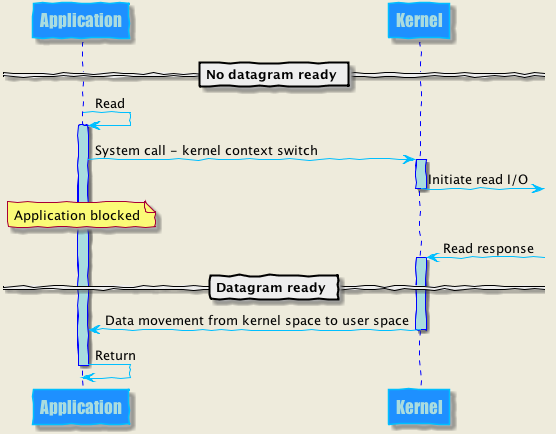
The PlantUML diagram io_multiplexing/image/sync_blocking.png in Hsin2Code/technology, before a commit.
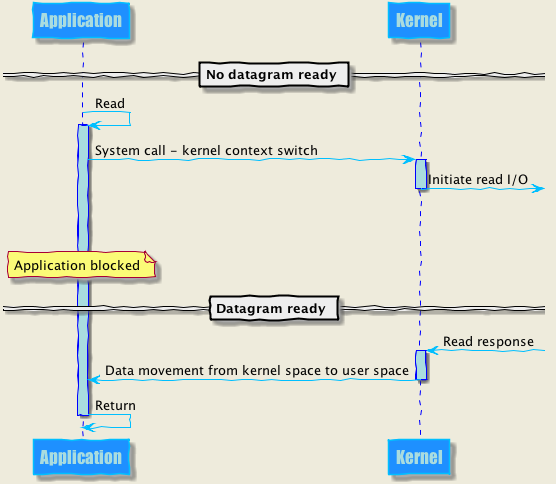
After the commit.

Diff of the diagram source:
```diff
@@ -24,10 +24,12 @@
 activate K
 K ->] : Initiate read I/O
 deactivate K
+||50||
 note over A : Application blocked
+
+== Datagram ready ==
      K <-] : Read response
 activate K
-== Datagram ready ==
 A <- K : Data movement from kernel space to user space
 deactivate K
 A -> A : Return
```
